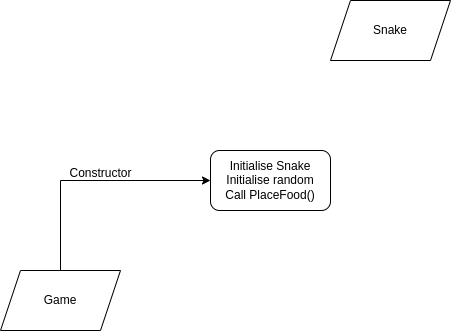
aakarshan-raj/SDLSnake keeps this draw.io diagram as doc/snake.drawio.png. Above is the earlier version. Source tidied: cells renumbered, new cells last; positions are measured from the earlier drawing's top-left corner, leaving out a move shared by most shapes.
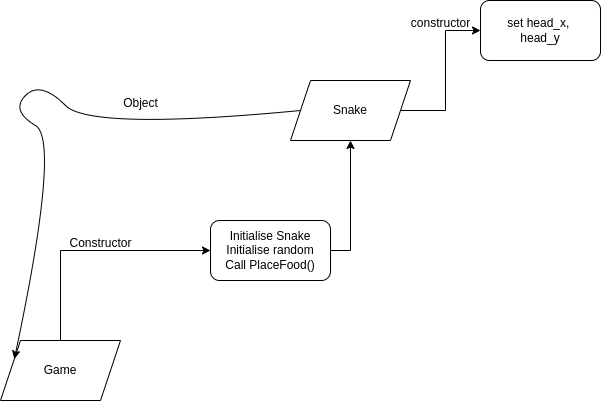
The same diagram one commit later.

What changed in the source:
```diff
@@ -8,14 +8,39 @@
     <mxCell id="3" value="Game" style="shape=parallelogram;perimeter=parallelogramPerimeter;whiteSpace=wrap;html=1;fixedSize=1;" parent="1" vertex="1">
       <mxGeometry y="270" width="120" height="60" as="geometry" />
     </mxCell>
+    <mxCell id="7" style="edgeStyle=orthogonalEdgeStyle;rounded=0;jettySize=auto;html=1;exitX=1;exitY=0.5;exitDx=0;exitDy=0;" parent="1" edge="1" source="4" target="6">
+      <mxGeometry relative="1" as="geometry" />
+    </mxCell>
     <mxCell id="4" value="Initialise Snake&lt;br&gt;Initialise random&lt;br&gt;Call PlaceFood()" style="rounded=1;whiteSpace=wrap;html=1;" parent="1" vertex="1">
       <mxGeometry x="210" y="150" width="120" height="60" as="geometry" />
     </mxCell>
     <mxCell id="5" value="Constructor" style="text;html=1;align=center;verticalAlign=middle;strokeColor=none;fillColor=none;" parent="1" vertex="1">
       <mxGeometry x="55" y="158" width="90" height="30" as="geometry" />
     </mxCell>
+    <mxCell id="8" style="edgeStyle=orthogonalEdgeStyle;rounded=0;jettySize=auto;html=1;exitX=1;exitY=0.5;exitDx=0;exitDy=0;entryX=0;entryY=0.5;entryDx=0;entryDy=0;" parent="1" edge="1" source="6" target="9">
+      <mxGeometry relative="1" as="geometry" />
+    </mxCell>
     <mxCell id="6" value="Snake" style="shape=parallelogram;perimeter=parallelogramPerimeter;whiteSpace=wrap;html=1;fixedSize=1;" parent="1" vertex="1">
-      <mxGeometry x="330" width="120" height="60" as="geometry" />
+      <mxGeometry x="290" y="10" width="120" height="60" as="geometry" />
     </mxCell>
+    <mxCell id="9" value="set head_x,&amp;nbsp;&lt;br&gt;head_y" style="rounded=1;whiteSpace=wrap;html=1;" parent="1" vertex="1">
+      <mxGeometry x="480" y="-70" width="120" height="60" as="geometry" />
+    </mxCell>
+    <mxCell id="10" value="constructor" style="text;html=1;align=center;verticalAlign=middle;strokeColor=none;fillColor=none;" parent="1" vertex="1">
+      <mxGeometry x="400" y="-62" width="80" height="30" as="geometry" />
+    </mxCell>
+    <mxCell id="11" style="curved=1;endArrow=classic;html=1;rounded=0;exitX=0;exitY=0.5;exitDx=0;exitDy=0;entryX=0;entryY=0.25;entryDx=0;entryDy=0;" parent="1" edge="1" source="6" target="3">
+      <mxGeometry relative="1" as="geometry">
+        <Array as="points">
+          <mxPoint x="90" y="60" />
+          <mxPoint x="40" y="10" />
+          <mxPoint x="10" y="40" />
+          <mxPoint x="60" y="70" />
+        </Array>
+      </mxGeometry>
+    </mxCell>
+    <mxCell id="12" value="Object" style="text;html=1;align=center;verticalAlign=middle;strokeColor=none;fillColor=none;" parent="1" vertex="1">
+      <mxGeometry x="110" y="18" width="60" height="30" as="geometry" />
+    </mxCell>
   </root>
 </mxGraphModel>
```
